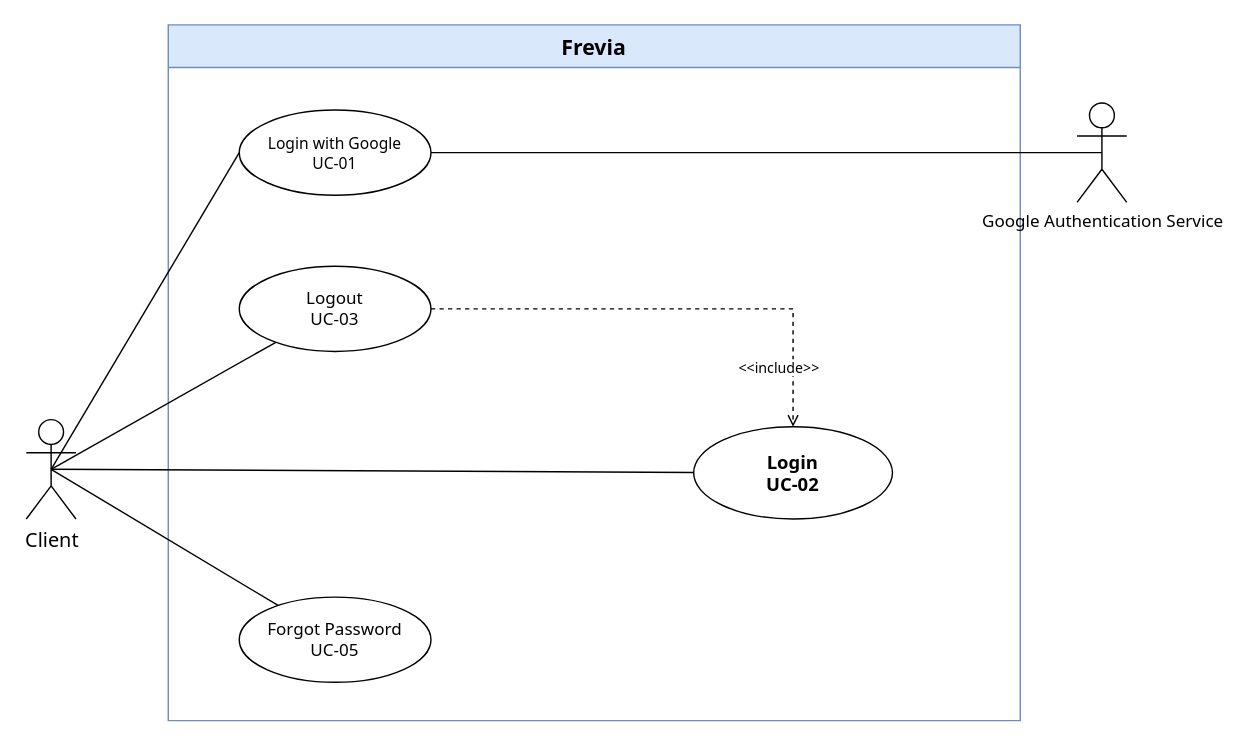
Thunggg/Frevia keeps this draw.io diagram as page "Client 1/6" (1 of 6) of uc-diagrams/Client.drawio. Above is the earlier version. Source tidied: cells renumbered, new cells numbered last; positions are measured from the earlier drawing's top-left corner, leaving out a move shared by most shapes. Both pictures are drawn from the tidied source at 142%, with x=0, y=0 at pixel (26, 24).
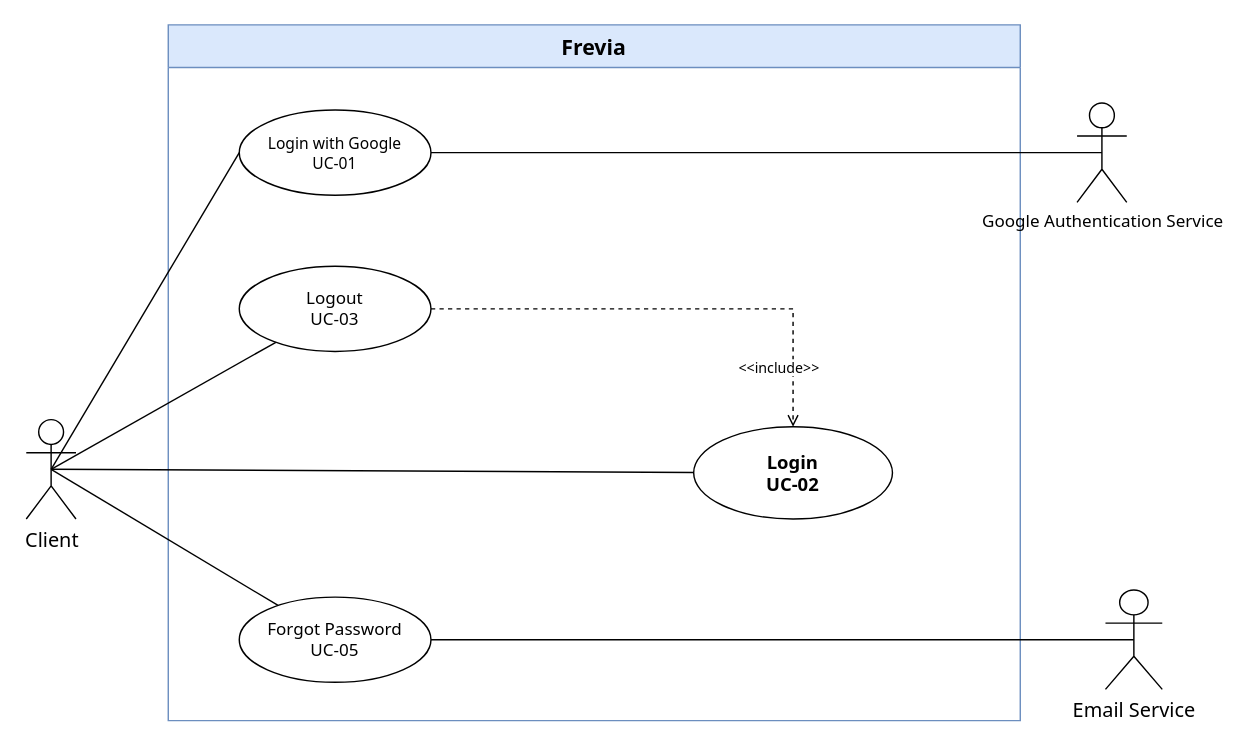
The same diagram, later.

Change to the diagram source:
```diff
@@
 <mxGraphModel>
   <root>
     <mxCell id="0" />
     <mxCell id="1" parent="0" />
     <mxCell id="2" value="Frevia" style="swimlane;whiteSpace=wrap;html=1;startSize=30;fontSize=15;fontFamily=Tahoma;fontStyle=1;fillColor=#dae8fc;strokeColor=#6c8ebf;" parent="1" vertex="1">
       <mxGeometry x="100" width="600" height="490" as="geometry" />
     </mxCell>
     <mxCell id="3" value="Logout&#10;UC-03" style="ellipse;whiteSpace=wrap;html=1;fontSize=12;fontFamily=Tahoma;fontStyle=0;fillColor=#ffffff;strokeColor=#000000;" parent="2" vertex="1">
       <mxGeometry x="50" y="170" width="135" height="60" as="geometry" />
     </mxCell>
     <mxCell id="4" value="Login&#10;UC-02" style="ellipse;whiteSpace=wrap;html=1;fontSize=13;fontFamily=Tahoma;fontStyle=1;fillColor=#ffffff;strokeColor=#000000;" parent="2" vertex="1">
       <mxGeometry x="370" y="283" width="140" height="65" as="geometry" />
     </mxCell>
     <mxCell id="5" value="Forgot Password&#10;UC-05" style="ellipse;whiteSpace=wrap;html=1;fontSize=12;fontFamily=Tahoma;fontStyle=0;fillColor=#ffffff;strokeColor=#000000;" parent="2" vertex="1">
       <mxGeometry x="50" y="403" width="135" height="60" as="geometry" />
     </mxCell>
     <mxCell id="6" value="Login with Google&#10;UC-01" style="ellipse;whiteSpace=wrap;html=1;fontSize=11;fontFamily=Tahoma;fontStyle=0;fillColor=#ffffff;strokeColor=#000000;" parent="2" vertex="1">
       <mxGeometry x="50" y="60" width="135" height="60" as="geometry" />
     </mxCell>
     <mxCell id="7" value="Client" style="shape=umlActor;verticalLabelPosition=bottom;verticalAlign=top;html=1;outlineConnect=0;fontSize=14;fontFamily=Tahoma;" parent="1" vertex="1">
       <mxGeometry y="278" width="35" height="70" as="geometry" />
     </mxCell>
     <mxCell id="8" style="endArrow=none;html=1;rounded=0;fontFamily=Tahoma;fontSize=13;exitX=0.5;exitY=0.5;exitDx=0;exitDy=0;exitPerimeter=0;" parent="1" edge="1" source="7" target="3">
       <mxGeometry relative="1" as="geometry" />
     </mxCell>
     <mxCell id="9" style="endArrow=none;html=1;rounded=0;fontFamily=Tahoma;fontSize=13;exitX=0.5;exitY=0.5;exitDx=0;exitDy=0;exitPerimeter=0;" parent="1" edge="1" source="7" target="4">
       <mxGeometry relative="1" as="geometry" />
     </mxCell>
     <mxCell id="10" value="&amp;lt;&amp;lt;include&amp;gt;&amp;gt;" style="edgeStyle=orthogonalEdgeStyle;rounded=0;endArrow=open;dashed=1;html=1;strokeColor=#000000;fontSize=10;fontFamily=Tahoma;labelBackgroundColor=#ffffff;align=center;verticalAlign=middle;" parent="1" edge="1" source="3" target="4">
       <mxGeometry x="0.75" y="-10" relative="1" as="geometry" />
     </mxCell>
     <mxCell id="11" style="endArrow=none;html=1;rounded=0;fontFamily=Tahoma;fontSize=13;exitX=0.5;exitY=0.5;exitDx=0;exitDy=0;exitPerimeter=0;" parent="1" edge="1" source="7" target="5">
       <mxGeometry relative="1" as="geometry" />
     </mxCell>
     <mxCell id="12" value="Google Authentication Service" style="shape=umlActor;verticalLabelPosition=bottom;verticalAlign=top;html=1;outlineConnect=0;fontSize=12;fontFamily=Tahoma;" parent="1" vertex="1">
       <mxGeometry x="740" y="55" width="35" height="70" as="geometry" />
     </mxCell>
     <mxCell id="13" style="endArrow=none;html=1;rounded=0;fontFamily=Tahoma;fontSize=13;exitX=0.5;exitY=0.5;exitDx=0;exitDy=0;exitPerimeter=0;entryX=0;entryY=0.5;entryDx=0;entryDy=0;" parent="1" edge="1" source="7" target="6">
       <mxGeometry relative="1" as="geometry" />
     </mxCell>
     <mxCell id="14" style="endArrow=none;html=1;rounded=0;fontFamily=Tahoma;fontSize=13;entryX=0.5;entryY=0.5;entryDx=0;entryDy=0;entryPerimeter=0;" parent="1" edge="1" source="6" target="12">
       <mxGeometry relative="1" as="geometry" />
     </mxCell>
+    <mxCell id="15" value="Email Service" style="shape=umlActor;verticalLabelPosition=bottom;verticalAlign=top;html=1;outlineConnect=0;fontSize=14;fontFamily=Tahoma;" parent="1" vertex="1">
+      <mxGeometry x="760" y="398" width="40" height="70" as="geometry" />
+    </mxCell>
+    <mxCell id="16" style="endArrow=none;html=1;rounded=0;fontFamily=Tahoma;fontSize=13;entryX=0.5;entryY=0.5;entryDx=0;entryDy=0;entryPerimeter=0;" parent="1" edge="1" source="5" target="15">
+      <mxGeometry relative="1" as="geometry" />
+    </mxCell>
   </root>
 </mxGraphModel>
```
